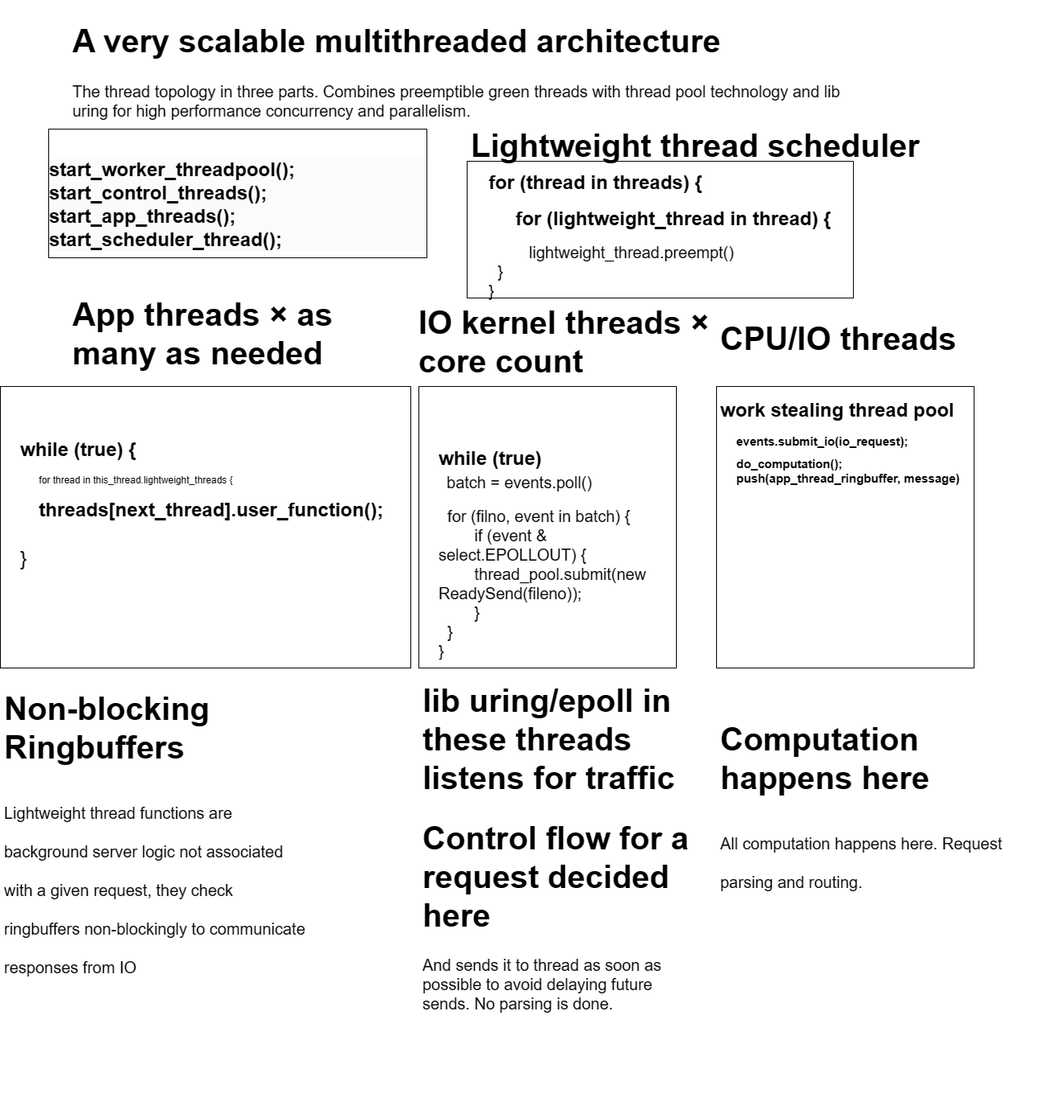
The draw.io diagram NonblockingRuntime.drawio.png in samsquire/three-tier-multithreaded-architecture, before a commit. Source tidied: cells renumbered, new cells last; positions are measured from the earlier drawing's top-left corner, leaving out a move shared by most shapes. Its diagram source:
```xml
<mxGraphModel>
  <root>
    <mxCell id="0" />
    <mxCell id="1" parent="0" />
    <mxCell id="2" style="rounded=0;whiteSpace=wrap;html=1;" parent="1" vertex="1">
      <mxGeometry x="520" y="470" width="320" height="350" as="geometry" />
    </mxCell>
    <mxCell id="3" value="&lt;h1&gt;&lt;span style=&quot;background-color: initial;&quot;&gt;while (true)&lt;br&gt;&lt;/span&gt;&lt;span style=&quot;font-size: 12px; font-weight: 400;&quot;&gt;&amp;nbsp; &amp;nbsp;&lt;/span&gt;&lt;span style=&quot;font-weight: 400;&quot;&gt;&lt;font style=&quot;font-size: 20px;&quot;&gt;batch = events.poll()&lt;/font&gt;&lt;/span&gt;&lt;/h1&gt;&lt;h1&gt;&lt;div style=&quot;font-size: 12px; font-weight: 400;&quot;&gt;&lt;font style=&quot;font-size: 20px;&quot;&gt;&amp;nbsp; for (filno, event in batch) {&lt;/font&gt;&lt;/div&gt;&lt;div style=&quot;font-size: 12px; font-weight: 400;&quot;&gt;&lt;font style=&quot;font-size: 20px;&quot;&gt;&amp;nbsp; &amp;nbsp; &amp;nbsp; &amp;nbsp; if (event &amp;amp; select.EPOLLOUT) {&lt;/font&gt;&lt;/div&gt;&lt;div style=&quot;font-size: 12px; font-weight: 400;&quot;&gt;&lt;font style=&quot;font-size: 20px;&quot;&gt;&amp;nbsp; &amp;nbsp; &amp;nbsp; &amp;nbsp; thread_pool.submit(new ReadySend(fileno));&lt;/font&gt;&lt;/div&gt;&lt;div style=&quot;font-size: 12px; font-weight: 400;&quot;&gt;&lt;span style=&quot;font-size: 20px; background-color: initial;&quot;&gt;&amp;nbsp; &amp;nbsp; &amp;nbsp; &amp;nbsp; }&amp;nbsp;&amp;nbsp;&lt;/span&gt;&lt;/div&gt;&lt;div style=&quot;font-size: 12px; font-weight: 400;&quot;&gt;&lt;font style=&quot;font-size: 20px;&quot;&gt;&amp;nbsp; }&lt;/font&gt;&lt;/div&gt;&lt;div style=&quot;font-size: 12px; font-weight: 400;&quot;&gt;&lt;font style=&quot;font-size: 20px;&quot;&gt;}&lt;/font&gt;&lt;/div&gt;&lt;/h1&gt;" style="text;html=1;strokeColor=none;fillColor=none;spacing=5;spacingTop=-20;whiteSpace=wrap;overflow=hidden;rounded=0;" parent="1" vertex="1">
      <mxGeometry x="540" y="540" width="310" height="270" as="geometry" />
    </mxCell>
    <mxCell id="4" value="&lt;h1&gt;IO kernel threads × core count&lt;/h1&gt;&lt;p&gt;&lt;br&gt;&lt;/p&gt;" style="text;html=1;strokeColor=none;fillColor=none;spacing=5;spacingTop=-20;whiteSpace=wrap;overflow=hidden;rounded=0;fontSize=20;" parent="1" vertex="1">
      <mxGeometry x="515" y="350" width="375" height="120" as="geometry" />
    </mxCell>
    <mxCell id="5" style="rounded=0;whiteSpace=wrap;html=1;" parent="1" vertex="1">
      <mxGeometry x="890" y="470" width="320" height="350" as="geometry" />
    </mxCell>
    <mxCell id="6" value="&lt;h1&gt;work stealing thread pool&lt;/h1&gt;" style="text;html=1;strokeColor=none;fillColor=none;spacing=5;spacingTop=-20;whiteSpace=wrap;overflow=hidden;rounded=0;" parent="1" vertex="1">
      <mxGeometry x="890" y="480" width="310" height="270" as="geometry" />
    </mxCell>
    <mxCell id="7" value="&lt;h1&gt;CPU/IO threads&lt;/h1&gt;" style="text;html=1;strokeColor=none;fillColor=none;spacing=5;spacingTop=-20;whiteSpace=wrap;overflow=hidden;rounded=0;fontSize=20;" parent="1" vertex="1">
      <mxGeometry x="890" y="370" width="310" height="120" as="geometry" />
    </mxCell>
    <mxCell id="8" style="rounded=0;whiteSpace=wrap;html=1;" parent="1" vertex="1">
      <mxGeometry y="470" width="510" height="350" as="geometry" />
    </mxCell>
    <mxCell id="9" value="&lt;h1&gt;App threads × as many as needed&lt;/h1&gt;" style="text;html=1;strokeColor=none;fillColor=none;spacing=5;spacingTop=-20;whiteSpace=wrap;overflow=hidden;rounded=0;fontSize=20;" parent="1" vertex="1">
      <mxGeometry x="85" y="340" width="375" height="120" as="geometry" />
    </mxCell>
    <mxCell id="10" value="&lt;h1&gt;&lt;span style=&quot;background-color: initial;&quot;&gt;&lt;br&gt;while (true) {&lt;/span&gt;&lt;/h1&gt;&lt;div&gt;&lt;span style=&quot;background-color: initial;&quot;&gt;&amp;nbsp; &amp;nbsp; &amp;nbsp; &amp;nbsp;for thread in this_thread.lightweight_threads {&lt;/span&gt;&lt;/div&gt;&lt;h1&gt;&lt;span style=&quot;font-size: 12px; font-weight: 400;&quot;&gt;&amp;nbsp;&lt;/span&gt;&amp;nbsp; &amp;nbsp;threads[next_thread].user_function();&lt;/h1&gt;&lt;div&gt;&lt;br&gt;&lt;/div&gt;&lt;div&gt;&lt;font style=&quot;font-size: 25px;&quot;&gt;}&lt;/font&gt;&lt;/div&gt;" style="text;html=1;strokeColor=none;fillColor=none;spacing=5;spacingTop=-20;whiteSpace=wrap;overflow=hidden;rounded=0;" parent="1" vertex="1">
      <mxGeometry x="20" y="500" width="500" height="270" as="geometry" />
    </mxCell>
    <mxCell id="11" value="&lt;h1&gt;A very scalable multithreaded architecture&amp;nbsp;&lt;/h1&gt;&lt;p&gt;The thread topology in three parts. Combines preemptible green threads with thread pool technology and lib uring for high performance concurrency and parallelism.&lt;/p&gt;" style="text;html=1;strokeColor=none;fillColor=none;spacing=5;spacingTop=-20;whiteSpace=wrap;overflow=hidden;rounded=0;fontSize=20;" parent="1" vertex="1">
      <mxGeometry x="85" width="985" height="200" as="geometry" />
    </mxCell>
    <mxCell id="12" value="&lt;h1&gt;&lt;span style=&quot;background-color: initial;&quot;&gt;Non-blocking Ringbuffers&lt;/span&gt;&lt;/h1&gt;&lt;h1&gt;&lt;span style=&quot;background-color: initial; font-size: 20px; font-weight: normal;&quot;&gt;Lightweight thread functions are background server logic not associated with a given request, they check ringbuffers non-blockingly to communicate responses from IO&lt;/span&gt;&lt;br&gt;&lt;/h1&gt;" style="text;html=1;strokeColor=none;fillColor=none;spacing=5;spacingTop=-20;whiteSpace=wrap;overflow=hidden;rounded=0;fontSize=20;" parent="1" vertex="1">
      <mxGeometry y="830" width="390" height="540" as="geometry" />
    </mxCell>
    <mxCell id="13" value="&lt;h1&gt;lib uring/epoll in these threads listens for traffic&lt;br&gt;&lt;/h1&gt;&lt;h1 style=&quot;border-color: var(--border-color);&quot;&gt;Control flow for a request&amp;nbsp;decided here&lt;/h1&gt;&lt;div&gt;And sends it to thread as soon as possible to avoid delaying future sends. No parsing is done.&lt;/div&gt;" style="text;html=1;strokeColor=none;fillColor=none;spacing=5;spacingTop=-20;whiteSpace=wrap;overflow=hidden;rounded=0;fontSize=20;" parent="1" vertex="1">
      <mxGeometry x="520" y="820" width="340" height="540" as="geometry" />
    </mxCell>
    <mxCell id="14" value="&lt;h1&gt;&lt;span style=&quot;background-color: initial;&quot;&gt;&lt;br&gt;&lt;/span&gt;Computation happens here&lt;/h1&gt;&lt;h1&gt;&lt;span style=&quot;background-color: initial; font-size: 20px; font-weight: normal;&quot;&gt;All computation happens here. Request parsing and routing.&amp;nbsp;&lt;/span&gt;&lt;br&gt;&lt;/h1&gt;" style="text;html=1;strokeColor=none;fillColor=none;spacing=5;spacingTop=-20;whiteSpace=wrap;overflow=hidden;rounded=0;fontSize=20;" parent="1" vertex="1">
      <mxGeometry x="890" y="820" width="390" height="540" as="geometry" />
    </mxCell>
    <mxCell id="15" value="&lt;font style=&quot;font-size: 24px;&quot;&gt;&lt;br&gt;&lt;/font&gt;&lt;h1 style=&quot;border-color: var(--border-color); color: rgb(0, 0, 0); font-family: Helvetica; font-style: normal; font-variant-ligatures: normal; font-variant-caps: normal; letter-spacing: normal; orphans: 2; text-align: left; text-indent: 0px; text-transform: none; widows: 2; word-spacing: 0px; -webkit-text-stroke-width: 0px; background-color: rgb(251, 251, 251); text-decoration-thickness: initial; text-decoration-style: initial; text-decoration-color: initial;&quot;&gt;&lt;span style=&quot;border-color: var(--border-color); background-color: initial;&quot;&gt;&lt;font style=&quot;font-size: 24px;&quot;&gt;start_worker_threadpool();&lt;br style=&quot;border-color: var(--border-color);&quot;&gt;start_control_threads(); start_app_threads();&lt;br&gt;&lt;/font&gt;&lt;/span&gt;&lt;b style=&quot;background-color: initial;&quot;&gt;start_scheduler_thread();&lt;/b&gt;&lt;/h1&gt;" style="rounded=0;whiteSpace=wrap;html=1;" parent="1" vertex="1">
      <mxGeometry x="60" y="150" width="470" height="160" as="geometry" />
    </mxCell>
    <mxCell id="16" value="&lt;h1 style=&quot;font-size: 15px;&quot;&gt;&lt;font style=&quot;font-size: 15px;&quot;&gt;events.submit_io(io_request);&lt;/font&gt;&lt;/h1&gt;&lt;div style=&quot;font-size: 15px;&quot;&gt;&lt;b&gt;&lt;font style=&quot;font-size: 15px;&quot;&gt;do_computation();&lt;/font&gt;&lt;/b&gt;&lt;/div&gt;&lt;div style=&quot;font-size: 15px;&quot;&gt;&lt;b style=&quot;&quot;&gt;&lt;font style=&quot;font-size: 15px;&quot;&gt;push(app_thread_ringbuffer, message)&lt;/font&gt;&lt;/b&gt;&lt;/div&gt;" style="text;html=1;strokeColor=none;fillColor=none;spacing=5;spacingTop=-20;whiteSpace=wrap;overflow=hidden;rounded=0;" parent="1" vertex="1">
      <mxGeometry x="910" y="530" width="310" height="270" as="geometry" />
    </mxCell>
    <mxCell id="17" value="&lt;h1 style=&quot;border-color: var(--border-color); text-align: left;&quot;&gt;for (thread in threads) {&lt;/h1&gt;&lt;h1 style=&quot;border-color: var(--border-color); text-align: left;&quot;&gt;&amp;nbsp; &amp;nbsp; &amp;nbsp;for (lightweight_thread in thread) {&lt;/h1&gt;&lt;div style=&quot;border-color: var(--border-color); text-align: left;&quot;&gt;&lt;span style=&quot;border-color: var(--border-color); font-size: 20px;&quot;&gt;&amp;nbsp; &amp;nbsp; &amp;nbsp; &amp;nbsp; &amp;nbsp;lightweight_thread.preempt()&lt;/span&gt;&lt;/div&gt;&lt;div style=&quot;border-color: var(--border-color); text-align: left;&quot;&gt;&lt;span style=&quot;background-color: initial; font-size: 20px;&quot;&gt;&amp;nbsp; }&lt;/span&gt;&lt;/div&gt;&lt;div style=&quot;border-color: var(--border-color); text-align: left;&quot;&gt;&lt;span style=&quot;background-color: initial; font-size: 20px;&quot;&gt;}&lt;/span&gt;&lt;/div&gt;" style="rounded=0;whiteSpace=wrap;html=1;" parent="1" vertex="1">
      <mxGeometry x="580" y="190" width="480" height="170" as="geometry" />
    </mxCell>
    <mxCell id="18" value="&lt;h1&gt;Lightweight thread scheduler&lt;/h1&gt;" style="text;html=1;strokeColor=none;fillColor=none;spacing=5;spacingTop=-20;whiteSpace=wrap;overflow=hidden;rounded=0;fontSize=20;" parent="1" vertex="1">
      <mxGeometry x="580" y="130" width="740" height="120" as="geometry" />
    </mxCell>
  </root>
</mxGraphModel>
```
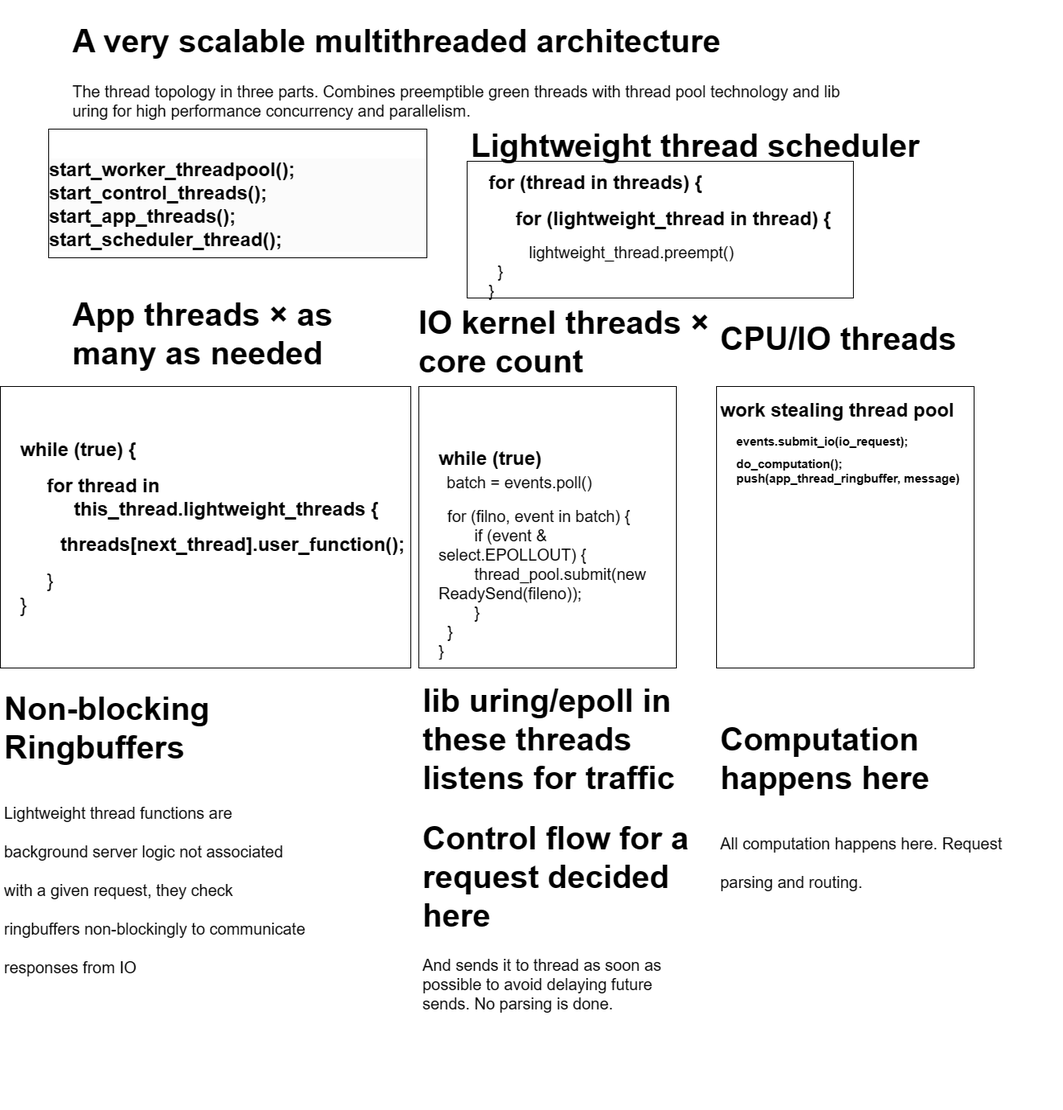
The same file after the commit.

The edit, as a diff of the source:
```diff
@@ -26,7 +26,7 @@
     <mxCell id="9" value="&lt;h1&gt;App threads × as many as needed&lt;/h1&gt;" style="text;html=1;strokeColor=none;fillColor=none;spacing=5;spacingTop=-20;whiteSpace=wrap;overflow=hidden;rounded=0;fontSize=20;" parent="1" vertex="1">
       <mxGeometry x="85" y="340" width="375" height="120" as="geometry" />
     </mxCell>
-    <mxCell id="10" value="&lt;h1&gt;&lt;span style=&quot;background-color: initial;&quot;&gt;&lt;br&gt;while (true) {&lt;/span&gt;&lt;/h1&gt;&lt;div&gt;&lt;span style=&quot;background-color: initial;&quot;&gt;&amp;nbsp; &amp;nbsp; &amp;nbsp; &amp;nbsp;for thread in this_thread.lightweight_threads {&lt;/span&gt;&lt;/div&gt;&lt;h1&gt;&lt;span style=&quot;font-size: 12px; font-weight: 400;&quot;&gt;&amp;nbsp;&lt;/span&gt;&amp;nbsp; &amp;nbsp;threads[next_thread].user_function();&lt;/h1&gt;&lt;div&gt;&lt;br&gt;&lt;/div&gt;&lt;div&gt;&lt;font style=&quot;font-size: 25px;&quot;&gt;}&lt;/font&gt;&lt;/div&gt;" style="text;html=1;strokeColor=none;fillColor=none;spacing=5;spacingTop=-20;whiteSpace=wrap;overflow=hidden;rounded=0;" parent="1" vertex="1">
+    <mxCell id="10" value="&lt;h1&gt;&lt;span style=&quot;background-color: initial;&quot;&gt;&lt;br&gt;while (true) {&lt;/span&gt;&lt;/h1&gt;&lt;div&gt;&lt;span style=&quot;background-color: initial;&quot;&gt;&amp;nbsp; &amp;nbsp; &lt;font style=&quot;font-size: 24px;&quot;&gt;&lt;b&gt;&amp;nbsp; &amp;nbsp;for thread in&lt;/b&gt;&lt;/font&gt;&lt;/span&gt;&lt;/div&gt;&lt;div&gt;&lt;span style=&quot;background-color: initial;&quot;&gt;&lt;font style=&quot;font-size: 24px;&quot;&gt;&lt;b&gt;&amp;nbsp; &amp;nbsp; &amp;nbsp; &amp;nbsp; &amp;nbsp; this_thread.lightweight_threads {&lt;/b&gt;&lt;/font&gt;&lt;/span&gt;&lt;/div&gt;&lt;h1&gt;&lt;span style=&quot;font-size: 12px; font-weight: 400;&quot;&gt;&amp;nbsp;&lt;/span&gt;&amp;nbsp; &amp;nbsp; &amp;nbsp; &amp;nbsp;threads[next_thread].user_function();&lt;/h1&gt;&lt;div&gt;&amp;nbsp; &amp;nbsp; &amp;nbsp; &amp;nbsp; &amp;nbsp; &lt;font style=&quot;font-size: 24px;&quot;&gt;}&lt;/font&gt;&lt;br&gt;&lt;/div&gt;&lt;div&gt;&lt;font style=&quot;font-size: 25px;&quot;&gt;}&lt;/font&gt;&lt;/div&gt;" style="text;html=1;strokeColor=none;fillColor=none;spacing=5;spacingTop=-20;whiteSpace=wrap;overflow=hidden;rounded=0;" parent="1" vertex="1">
       <mxGeometry x="20" y="500" width="500" height="270" as="geometry" />
     </mxCell>
     <mxCell id="11" value="&lt;h1&gt;A very scalable multithreaded architecture&amp;nbsp;&lt;/h1&gt;&lt;p&gt;The thread topology in three parts. Combines preemptible green threads with thread pool technology and lib uring for high performance concurrency and parallelism.&lt;/p&gt;" style="text;html=1;strokeColor=none;fillColor=none;spacing=5;spacingTop=-20;whiteSpace=wrap;overflow=hidden;rounded=0;fontSize=20;" parent="1" vertex="1">
```
